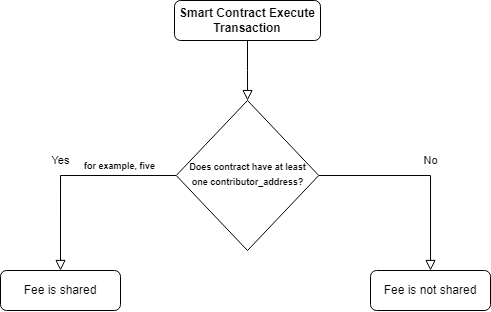
CamelJuno/diagrams keeps this draw.io diagram as contributor-incentivized fee sharing.png. Above is the earlier version. Source tidied: cells renumbered, new cells last; positions are measured from the earlier drawing's top-left corner, leaving out a move shared by most shapes.
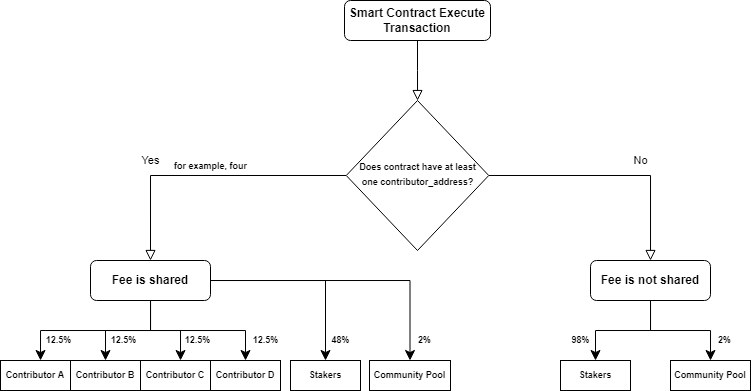
After the commit.

Commit message:
finalizing fee sharing

Change to the diagram source:
```diff
@@ -9,29 +9,109 @@
       <mxGeometry x="174" width="146" height="40" as="geometry" />
     </mxCell>
     <mxCell id="4" value="Yes" style="rounded=0;html=1;jettySize=auto;fontSize=11;endArrow=block;endFill=0;endSize=8;strokeWidth=1;shadow=0;labelBackgroundColor=none;edgeStyle=orthogonalEdgeStyle;entryX=0.5;entryY=0;entryDx=0;entryDy=0;" parent="1" edge="1" source="6" target="8">
-      <mxGeometry x="0.1" y="-15" relative="1" as="geometry">
+      <mxGeometry x="0.39" y="-15" relative="1" as="geometry">
         <Array as="points">
-          <mxPoint x="60" y="175" />
+          <mxPoint x="-20" y="175" />
         </Array>
         <mxPoint x="15" y="-15" as="offset" />
       </mxGeometry>
     </mxCell>
     <mxCell id="5" value="No" style="edgeStyle=orthogonalEdgeStyle;rounded=0;html=1;jettySize=auto;fontSize=11;endArrow=block;endFill=0;endSize=8;strokeWidth=1;shadow=0;labelBackgroundColor=none;" parent="1" edge="1" source="6" target="7">
-      <mxGeometry x="0.08" y="15" relative="1" as="geometry">
-        <mxPoint x="-15" y="-15" as="offset" />
-      </mxGeometry>
+      <mxGeometry x="0.23" y="15" relative="1" as="geometry" />
     </mxCell>
     <mxCell id="6" value="&lt;span style=&quot;line-height: 0.8;&quot;&gt;&lt;font style=&quot;font-size: 9px;&quot;&gt;&lt;b&gt;Does contract have at least&lt;br&gt;one contributor_address?&lt;/b&gt;&lt;/font&gt;&lt;/span&gt;" style="rhombus;whiteSpace=wrap;html=1;shadow=0;fontFamily=Helvetica;fontSize=12;align=center;strokeWidth=1;spacing=6;spacingTop=-4;" parent="1" vertex="1">
       <mxGeometry x="175.8" y="100" width="142.5" height="150" as="geometry" />
     </mxCell>
+    <mxCell id="10" style="edgeStyle=orthogonalEdgeStyle;rounded=0;jettySize=auto;html=1;fontSize=9;endSize=8;" parent="1" edge="1" source="7" target="22">
+      <mxGeometry relative="1" as="geometry" />
+    </mxCell>
+    <mxCell id="11" style="edgeStyle=orthogonalEdgeStyle;rounded=0;jettySize=auto;html=1;entryX=0.5;entryY=0;entryDx=0;entryDy=0;fontSize=9;endSize=8;" parent="1" edge="1" source="7" target="24">
+      <mxGeometry relative="1" as="geometry" />
+    </mxCell>
-    <mxCell id="7" value="Fee is not shared" style="rounded=1;whiteSpace=wrap;html=1;fontSize=12;glass=0;strokeWidth=1;shadow=0;" parent="1" vertex="1">
-      <mxGeometry x="370" y="270" width="120" height="40" as="geometry" />
+    <mxCell id="7" value="&lt;b&gt;Fee is not shared&lt;/b&gt;" style="rounded=1;whiteSpace=wrap;html=1;fontSize=12;glass=0;strokeWidth=1;shadow=0;" parent="1" vertex="1">
+      <mxGeometry x="420" y="260" width="120" height="40" as="geometry" />
     </mxCell>
+    <mxCell id="12" style="edgeStyle=orthogonalEdgeStyle;rounded=0;jettySize=auto;html=1;fontSize=9;endSize=8;" parent="1" edge="1" source="8" target="18">
+      <mxGeometry relative="1" as="geometry">
+        <Array as="points">
+          <mxPoint x="-20" y="330" />
+          <mxPoint x="-130" y="330" />
+        </Array>
+      </mxGeometry>
+    </mxCell>
+    <mxCell id="13" style="edgeStyle=orthogonalEdgeStyle;rounded=0;jettySize=auto;html=1;entryX=0.5;entryY=0;entryDx=0;entryDy=0;fontSize=9;endSize=8;" parent="1" edge="1" source="8" target="23">
+      <mxGeometry relative="1" as="geometry" />
+    </mxCell>
+    <mxCell id="14" style="edgeStyle=orthogonalEdgeStyle;rounded=0;jettySize=auto;html=1;fontSize=9;endSize=8;entryX=0.5;entryY=0;entryDx=0;entryDy=0;" parent="1" edge="1" source="8" target="19">
+      <mxGeometry relative="1" as="geometry" />
+    </mxCell>
+    <mxCell id="15" style="edgeStyle=orthogonalEdgeStyle;rounded=0;jettySize=auto;html=1;fontSize=9;endSize=8;" parent="1" edge="1" source="8" target="20">
+      <mxGeometry relative="1" as="geometry">
+        <Array as="points">
+          <mxPoint x="-20" y="330" />
+          <mxPoint x="10" y="330" />
+        </Array>
+      </mxGeometry>
+    </mxCell>
+    <mxCell id="16" style="edgeStyle=orthogonalEdgeStyle;rounded=0;jettySize=auto;html=1;fontSize=9;endSize=8;" parent="1" edge="1" source="8" target="21">
+      <mxGeometry relative="1" as="geometry" />
+    </mxCell>
+    <mxCell id="17" style="edgeStyle=orthogonalEdgeStyle;rounded=0;jettySize=auto;html=1;entryX=0.5;entryY=0;entryDx=0;entryDy=0;fontSize=9;endSize=8;" parent="1" edge="1" source="8" target="25">
+      <mxGeometry relative="1" as="geometry" />
+    </mxCell>
-    <mxCell id="8" value="Fee is shared" style="rounded=1;whiteSpace=wrap;html=1;" parent="1" vertex="1">
-      <mxGeometry y="270" width="120" height="40" as="geometry" />
+    <mxCell id="8" value="&lt;b&gt;Fee is shared&lt;/b&gt;" style="rounded=1;whiteSpace=wrap;html=1;" parent="1" vertex="1">
+      <mxGeometry x="-80" y="260" width="120" height="40" as="geometry" />
     </mxCell>
-    <mxCell id="9" value="&lt;b&gt;&lt;font style=&quot;font-size: 9px;&quot;&gt;for example, five&lt;/font&gt;&lt;/b&gt;" style="text;html=1;align=center;verticalAlign=middle;strokeColor=none;fillColor=none;" parent="1" vertex="1">
-      <mxGeometry x="74" y="150" width="90" height="30" as="geometry" />
+    <mxCell id="9" value="&lt;b&gt;&lt;font style=&quot;font-size: 9px;&quot;&gt;for example, four&lt;/font&gt;&lt;/b&gt;" style="text;html=1;align=center;verticalAlign=middle;strokeColor=none;fillColor=none;" parent="1" vertex="1">
+      <mxGeometry x="-10" y="150" width="100" height="30" as="geometry" />
     </mxCell>
+    <mxCell id="18" value="&lt;b&gt;Contributor A&lt;/b&gt;" style="rounded=1;whiteSpace=wrap;html=1;fontSize=9;arcSize=0;" parent="1" vertex="1">
+      <mxGeometry x="-170" y="360" width="70" height="30" as="geometry" />
+    </mxCell>
+    <mxCell id="19" value="&lt;b&gt;Contributor B&lt;/b&gt;" style="rounded=1;whiteSpace=wrap;html=1;fontSize=9;arcSize=0;" parent="1" vertex="1">
+      <mxGeometry x="-100" y="360" width="70" height="30" as="geometry" />
+    </mxCell>
+    <mxCell id="20" value="&lt;b&gt;Contributor C&lt;/b&gt;" style="rounded=1;whiteSpace=wrap;html=1;fontSize=9;arcSize=0;" parent="1" vertex="1">
+      <mxGeometry x="-30" y="360" width="70" height="30" as="geometry" />
+    </mxCell>
+    <mxCell id="21" value="&lt;b&gt;Contributor D&lt;/b&gt;" style="rounded=1;whiteSpace=wrap;html=1;fontSize=9;arcSize=0;" parent="1" vertex="1">
+      <mxGeometry x="40" y="360" width="70" height="30" as="geometry" />
+    </mxCell>
+    <mxCell id="22" value="&lt;b&gt;Stakers&lt;/b&gt;" style="rounded=1;whiteSpace=wrap;html=1;fontSize=9;arcSize=0;" parent="1" vertex="1">
+      <mxGeometry x="390" y="360" width="70" height="30" as="geometry" />
+    </mxCell>
+    <mxCell id="23" value="&lt;b&gt;Community Pool&lt;/b&gt;" style="rounded=1;whiteSpace=wrap;html=1;fontSize=9;arcSize=0;" parent="1" vertex="1">
+      <mxGeometry x="199" y="360" width="81" height="30" as="geometry" />
+    </mxCell>
+    <mxCell id="24" value="&lt;b&gt;Community Pool&lt;/b&gt;" style="rounded=1;whiteSpace=wrap;html=1;fontSize=9;arcSize=0;" parent="1" vertex="1">
+      <mxGeometry x="500" y="360" width="80" height="30" as="geometry" />
+    </mxCell>
+    <mxCell id="25" value="&lt;b&gt;Stakers&lt;/b&gt;" style="rounded=1;whiteSpace=wrap;html=1;fontSize=9;arcSize=0;" parent="1" vertex="1">
+      <mxGeometry x="120" y="360" width="70" height="30" as="geometry" />
+    </mxCell>
+    <mxCell id="26" value="&lt;b&gt;2%&lt;/b&gt;" style="text;html=1;align=center;verticalAlign=middle;strokeColor=none;fillColor=none;fontSize=9;" parent="1" vertex="1">
+      <mxGeometry x="534" y="330" width="40" height="20" as="geometry" />
+    </mxCell>
+    <mxCell id="27" value="&lt;b&gt;98%&lt;/b&gt;" style="text;html=1;align=center;verticalAlign=middle;strokeColor=none;fillColor=none;fontSize=9;" parent="1" vertex="1">
+      <mxGeometry x="390" y="330" width="40" height="20" as="geometry" />
+    </mxCell>
+    <mxCell id="28" value="&lt;b&gt;2%&lt;/b&gt;" style="text;html=1;align=center;verticalAlign=middle;strokeColor=none;fillColor=none;fontSize=9;" parent="1" vertex="1">
+      <mxGeometry x="234" y="330" width="40" height="20" as="geometry" />
+    </mxCell>
+    <mxCell id="29" value="&lt;b&gt;48%&lt;/b&gt;" style="text;html=1;align=center;verticalAlign=middle;strokeColor=none;fillColor=none;fontSize=9;" parent="1" vertex="1">
+      <mxGeometry x="150" y="330" width="40" height="20" as="geometry" />
+    </mxCell>
+    <mxCell id="30" value="&lt;b&gt;12.5%&lt;/b&gt;" style="text;html=1;align=center;verticalAlign=middle;strokeColor=none;fillColor=none;fontSize=9;" parent="1" vertex="1">
+      <mxGeometry x="70" y="330" width="50" height="20" as="geometry" />
+    </mxCell>
+    <mxCell id="31" value="&lt;b&gt;12.5%&lt;/b&gt;" style="text;html=1;align=center;verticalAlign=middle;strokeColor=none;fillColor=none;fontSize=9;" parent="1" vertex="1">
+      <mxGeometry x="2" y="330" width="50" height="20" as="geometry" />
+    </mxCell>
+    <mxCell id="32" value="&lt;b&gt;12.5%&lt;/b&gt;" style="text;html=1;align=center;verticalAlign=middle;strokeColor=none;fillColor=none;fontSize=9;" parent="1" vertex="1">
+      <mxGeometry x="-72" y="330" width="50" height="20" as="geometry" />
+    </mxCell>
+    <mxCell id="33" value="&lt;b&gt;12.5%&lt;/b&gt;" style="text;html=1;align=center;verticalAlign=middle;strokeColor=none;fillColor=none;fontSize=9;" parent="1" vertex="1">
+      <mxGeometry x="-137" y="330" width="50" height="20" as="geometry" />
+    </mxCell>
   </root>
 </mxGraphModel>
```
